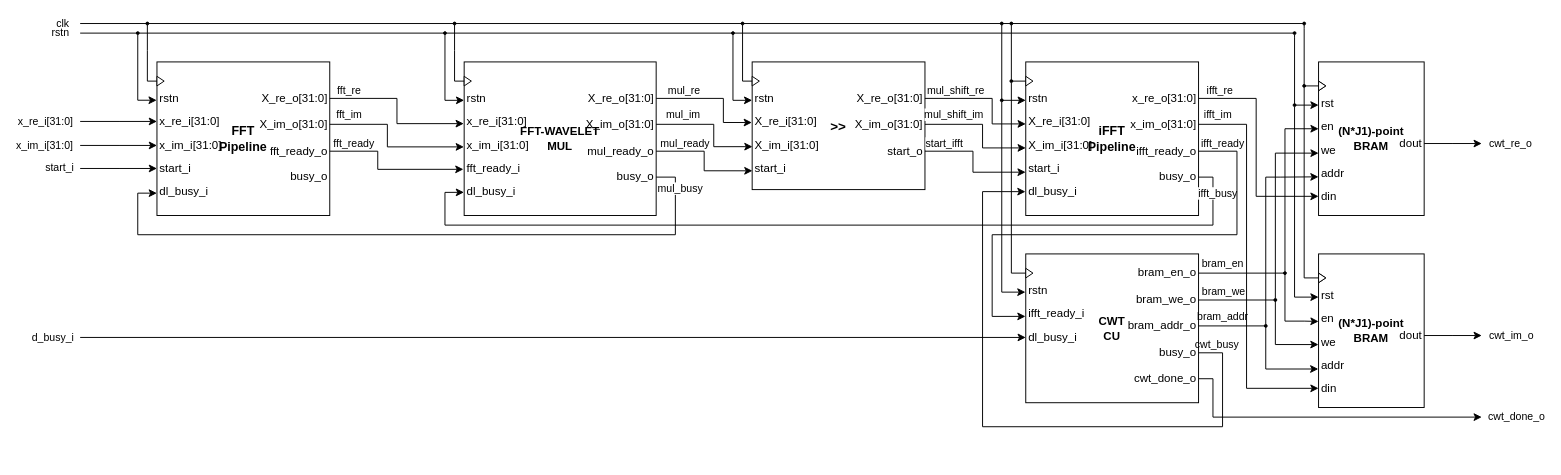
The draw.io diagram 01_doc/03_drawings/01_design/cwt/cwt.drawio in Diogofernandes5/mthesis, before the edit. Source tidied: cells renumbered, new cells numbered last; positions are measured from the earlier drawing's top-left corner, leaving out a move shared by most shapes. Both pictures are drawn from the tidied source at 96%, with x=0, y=0 at pixel (80, 23).
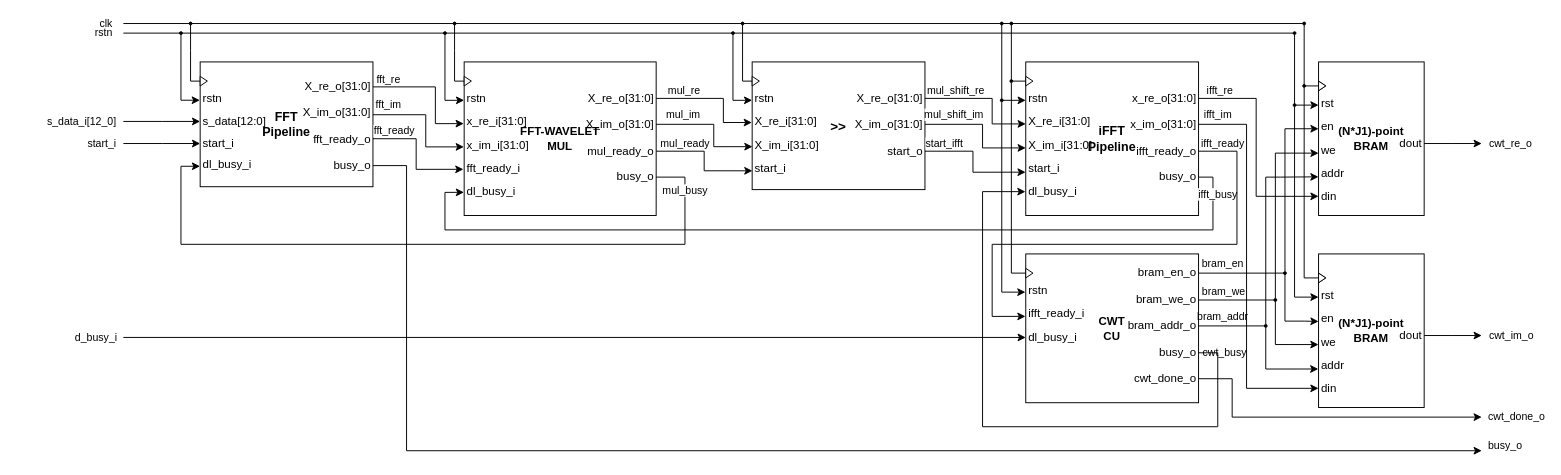
The same diagram, later.

The change refers to these unchanged cells:
```xml
<mxCell id="23" value="dl_busy_i" style="text;html=1;align=left;verticalAlign=middle;points=[];strokeColor=none;fillColor=none;fontFamily=NewsGotT;fontSize=12;fontColor=default;spacing=0;spacingLeft=3;spacingRight=-10;spacingBottom=-2;spacingTop=-2;" parent="1" vertex="1">
  <mxGeometry x="985" y="165" width="50" height="20" as="geometry" />
</mxCell>
<mxCell id="27" value="ifft_ready_o" style="text;html=1;align=right;verticalAlign=middle;points=[];strokeColor=none;fillColor=none;fontFamily=NewsGotT;fontSize=12;fontColor=default;spacing=0;spacingRight=3;spacingLeft=-9;spacingBottom=-2;spacingTop=-2;" parent="1" vertex="1">
  <mxGeometry x="1105" y="123" width="60" height="20" as="geometry" />
</mxCell>
<mxCell id="28" value="busy_o" style="text;html=1;align=right;verticalAlign=middle;points=[];strokeColor=none;fillColor=none;fontFamily=NewsGotT;fontSize=12;fontColor=default;spacing=0;spacingRight=3;spacingLeft=-9;spacingBottom=-2;spacingTop=-2;" parent="1" vertex="1">
  <mxGeometry x="1125" y="150" width="40" height="20" as="geometry" />
</mxCell>
<mxCell id="31" value="x_re_i[31:0]" style="text;html=1;align=left;verticalAlign=middle;points=[];strokeColor=none;fillColor=none;spacing=0;fontFamily=NewsGotT;spacingLeft=3;spacingRight=-10;spacingBottom=-2;spacingTop=-2;" parent="1" vertex="1">
  <mxGeometry x="400" y="92" width="60" height="20" as="geometry" />
</mxCell>
<mxCell id="32" value="x_im_i[31:0]" style="text;html=1;align=left;verticalAlign=middle;points=[];strokeColor=none;fillColor=none;spacing=0;fontFamily=NewsGotT;spacingLeft=3;spacingRight=-10;spacingBottom=-2;spacingTop=-2;" parent="1" vertex="1">
  <mxGeometry x="400" y="117" width="60" height="20" as="geometry" />
</mxCell>
<mxCell id="33" value="fft_ready_i" style="text;html=1;align=left;verticalAlign=middle;points=[];strokeColor=none;fillColor=none;fontFamily=NewsGotT;fontSize=12;fontColor=default;spacing=0;spacingLeft=3;spacingRight=-10;spacingBottom=-2;spacingTop=-2;" parent="1" vertex="1">
  <mxGeometry x="400" y="141" width="60" height="20" as="geometry" />
</mxCell>
<mxCell id="34" value="dl_busy_i" style="text;html=1;align=left;verticalAlign=middle;points=[];strokeColor=none;fillColor=none;fontFamily=NewsGotT;fontSize=12;fontColor=default;spacing=0;spacingLeft=3;spacingRight=-10;spacingBottom=-2;spacingTop=-2;" parent="1" vertex="1">
  <mxGeometry x="400" y="165" width="50" height="20" as="geometry" />
</mxCell>
<mxCell id="39" value="busy_o" style="text;html=1;align=right;verticalAlign=middle;points=[];strokeColor=none;fillColor=none;fontFamily=NewsGotT;fontSize=12;fontColor=default;spacing=0;spacingRight=3;spacingLeft=-9;spacingBottom=-2;spacingTop=-2;" parent="1" vertex="1">
  <mxGeometry x="560" y="150" width="40" height="20" as="geometry" />
</mxCell>
<mxCell id="80" value="ifft_ready_i" style="text;html=1;align=left;verticalAlign=middle;points=[];strokeColor=none;fillColor=none;spacing=0;fontFamily=NewsGotT;spacingLeft=3;spacingRight=-10;spacingBottom=-2;spacingTop=-2;" parent="1" vertex="1">
  <mxGeometry x="985" y="292" width="55" height="20" as="geometry" />
</mxCell>
<mxCell id="82" value="dl_busy_i" style="text;html=1;align=left;verticalAlign=middle;points=[];strokeColor=none;fillColor=none;spacing=0;fontFamily=NewsGotT;spacingLeft=3;spacingRight=-10;spacingBottom=-2;spacingTop=-2;" parent="1" vertex="1">
  <mxGeometry x="985" y="317" width="50" height="20" as="geometry" />
</mxCell>
<mxCell id="87" value="busy_o" style="text;html=1;align=right;verticalAlign=middle;points=[];strokeColor=none;fillColor=none;fontFamily=NewsGotT;fontSize=12;fontColor=default;spacing=0;spacingRight=3;spacingLeft=-9;spacingBottom=-2;spacingTop=-2;" parent="1" vertex="1">
  <mxGeometry x="1125" y="333" width="40" height="20" as="geometry" />
</mxCell>
<mxCell id="91" value="cwt_done_o" style="text;html=1;align=right;verticalAlign=middle;points=[];strokeColor=none;fillColor=none;fontFamily=NewsGotT;fontSize=12;fontColor=default;spacing=0;spacingRight=3;spacingLeft=-9;spacingBottom=-2;spacingTop=-2;" parent="1" vertex="1">
  <mxGeometry x="1105" y="360" width="60" height="20" as="geometry" />
</mxCell>
```

The edit, as a diff of the source:
```diff
@@
     <mxCell id="4" value="&lt;font style=&quot;font-size: 13px;&quot;&gt;&lt;b&gt;FFT &lt;br&gt;Pipeline&lt;/b&gt;&lt;/font&gt;" style="rounded=0;whiteSpace=wrap;html=1;fontFamily=NewsGotT;" parent="1" vertex="1">
-      <mxGeometry x="80" y="40" width="180" height="160" as="geometry" />
+      <mxGeometry x="125" y="40" width="180" height="130" as="geometry" />
     </mxCell>
     <mxCell id="5" value="rstn" style="text;html=1;align=left;verticalAlign=middle;points=[];strokeColor=none;fillColor=none;spacing=0;fontFamily=NewsGotT;spacingLeft=3;spacingRight=-10;spacingBottom=-2;spacingTop=-2;" parent="1" vertex="1">
-      <mxGeometry x="80" y="68" width="30" height="20" as="geometry" />
+      <mxGeometry x="125" y="68" width="30" height="20" as="geometry" />
     </mxCell>
-    <mxCell id="6" value="x_re_i[31:0]" style="edgeStyle=orthogonalEdgeStyle;rounded=0;jettySize=auto;html=1;endArrow=none;endFill=0;startArrow=classic;startFill=1;align=right;" parent="1" edge="1" source="7">
+    <mxCell id="6" value="s_data_i[12_0]" style="edgeStyle=orthogonalEdgeStyle;rounded=0;jettySize=auto;html=1;endArrow=none;endFill=0;startArrow=classic;startFill=1;align=right;fontFamily=NewsGotT;" parent="1" edge="1" source="7">
       <mxGeometry x="1" y="5" relative="1" as="geometry">
-        <mxPoint y="102" as="targetPoint" />
+        <mxPoint x="45" y="102" as="targetPoint" />
         <mxPoint x="-5" y="-5" as="offset" />
       </mxGeometry>
     </mxCell>
-    <mxCell id="7" value="x_re_i[31:0]" style="text;html=1;align=left;verticalAlign=middle;points=[];strokeColor=none;fillColor=none;spacing=0;fontFamily=NewsGotT;spacingLeft=3;spacingRight=-10;spacingBottom=-2;spacingTop=-2;" parent="1" vertex="1">
-      <mxGeometry x="80" y="92" width="60" height="20" as="geometry" />
+    <mxCell id="7" value="s_data[12:0]" style="text;html=1;align=left;verticalAlign=middle;points=[];strokeColor=none;fillColor=none;spacing=0;fontFamily=NewsGotT;spacingLeft=3;spacingRight=-10;spacingBottom=-2;spacingTop=-2;" parent="1" vertex="1">
+      <mxGeometry x="125" y="92" width="60" height="20" as="geometry" />
     </mxCell>
-    <mxCell id="8" value="&lt;div align=&quot;right&quot;&gt;x_im_i[31:0]&lt;/div&gt;" style="edgeStyle=orthogonalEdgeStyle;rounded=0;jettySize=auto;html=1;strokeColor=default;align=right;verticalAlign=middle;fontFamily=Helvetica;fontSize=11;fontColor=default;labelBackgroundColor=default;startArrow=classic;startFill=1;endArrow=none;endFill=0;" parent="1" edge="1" source="9">
-      <mxGeometry x="1" y="5" relative="1" as="geometry">
-        <mxPoint y="127" as="targetPoint" />
-        <mxPoint x="-5" y="-5" as="offset" />
-      </mxGeometry>
-    </mxCell>
-    <mxCell id="9" value="x_im_i[31:0]" style="text;html=1;align=left;verticalAlign=middle;points=[];strokeColor=none;fillColor=none;spacing=0;fontFamily=NewsGotT;spacingLeft=3;spacingRight=-10;spacingBottom=-2;spacingTop=-2;" parent="1" vertex="1">
-      <mxGeometry x="80" y="117" width="60" height="20" as="geometry" />
-    </mxCell>
-    <mxCell id="10" value="start_i" style="edgeStyle=orthogonalEdgeStyle;rounded=0;jettySize=auto;html=1;strokeColor=default;align=right;verticalAlign=middle;fontFamily=Helvetica;fontSize=11;fontColor=default;labelBackgroundColor=default;startArrow=classic;startFill=1;endArrow=none;endFill=0;" parent="1" edge="1" source="11">
-      <mxGeometry x="1" y="-5" relative="1" as="geometry">
-        <mxPoint y="151" as="targetPoint" />
-        <mxPoint x="-5" y="4" as="offset" />
+    <mxCell id="10" value="start_i" style="edgeStyle=orthogonalEdgeStyle;rounded=0;jettySize=auto;html=1;strokeColor=default;align=right;verticalAlign=middle;fontFamily=NewsGotT;fontSize=11;fontColor=default;labelBackgroundColor=default;startArrow=classic;startFill=1;endArrow=none;endFill=0;" parent="1" edge="1" source="11">
+      <mxGeometry x="1" y="5" relative="1" as="geometry">
+        <mxPoint x="45" y="125" as="targetPoint" />
+        <mxPoint x="-5" y="-5" as="offset" />
       </mxGeometry>
     </mxCell>
     <mxCell id="11" value="start_i" style="text;html=1;align=left;verticalAlign=middle;points=[];strokeColor=none;fillColor=none;fontFamily=NewsGotT;fontSize=12;fontColor=default;spacing=0;spacingLeft=3;spacingRight=-10;spacingBottom=-2;spacingTop=-2;" parent="1" vertex="1">
-      <mxGeometry x="80" y="141" width="40" height="20" as="geometry" />
+      <mxGeometry x="125" y="115" width="40" height="20" as="geometry" />
     </mxCell>
     <mxCell id="12" value="dl_busy_i" style="text;html=1;align=left;verticalAlign=middle;points=[];strokeColor=none;fillColor=none;fontFamily=NewsGotT;fontSize=12;fontColor=default;spacing=0;spacingLeft=3;spacingRight=-10;spacingBottom=-2;spacingTop=-2;" parent="1" vertex="1">
-      <mxGeometry x="80" y="165" width="50" height="20" as="geometry" />
+      <mxGeometry x="125" y="137" width="50" height="20" as="geometry" />
     </mxCell>
     <mxCell id="13" style="triangle;whiteSpace=wrap;html=1;fontFamily=NewsGotT;points=[[0,0.5,0,0,0]];" parent="1" vertex="1">
-      <mxGeometry x="80" y="55" width="7.5" height="10" as="geometry" />
+      <mxGeometry x="125" y="55" width="7.5" height="10" as="geometry" />
     </mxCell>
     <mxCell id="14" value="X_re_o[31:0]" style="text;html=1;align=right;verticalAlign=middle;points=[];strokeColor=none;fillColor=none;fontFamily=NewsGotT;fontSize=12;fontColor=default;spacing=0;spacingRight=3;spacingLeft=-9;spacingBottom=-2;spacingTop=-2;" parent="1" vertex="1">
-      <mxGeometry x="190" y="68" width="70" height="20" as="geometry" />
+      <mxGeometry x="235" y="56" width="70" height="20" as="geometry" />
     </mxCell>
     <mxCell id="15" value="X_im_o[31:0]" style="text;html=1;align=right;verticalAlign=middle;points=[];strokeColor=none;fillColor=none;fontFamily=NewsGotT;fontSize=12;fontColor=default;spacing=0;spacingRight=3;spacingLeft=-9;spacingBottom=-2;spacingTop=-2;" parent="1" vertex="1">
-      <mxGeometry x="190" y="95" width="70" height="20" as="geometry" />
+      <mxGeometry x="235" y="83" width="70" height="20" as="geometry" />
     </mxCell>
     <mxCell id="16" value="fft_ready_o" style="text;html=1;align=right;verticalAlign=middle;points=[];strokeColor=none;fillColor=none;fontFamily=NewsGotT;fontSize=12;fontColor=default;spacing=0;spacingRight=3;spacingLeft=-9;spacingBottom=-2;spacingTop=-2;" parent="1" vertex="1">
-      <mxGeometry x="200" y="123" width="60" height="20" as="geometry" />
+      <mxGeometry x="245" y="111" width="60" height="20" as="geometry" />
     </mxCell>
+    <mxCell id="117" value="busy_o" style="edgeStyle=orthogonalEdgeStyle;rounded=0;jettySize=auto;html=1;align=left;fontFamily=NewsGotT;" parent="1" edge="1" source="17">
+      <mxGeometry x="1" y="5" relative="1" as="geometry">
+        <mxPoint x="1460" y="445" as="targetPoint" />
+        <Array as="points">
+          <mxPoint x="340" y="148" />
+          <mxPoint x="340" y="445" />
+          <mxPoint x="1460" y="445" />
+        </Array>
+        <mxPoint x="5" as="offset" />
+      </mxGeometry>
+    </mxCell>
     <mxCell id="17" value="busy_o" style="text;html=1;align=right;verticalAlign=middle;points=[];strokeColor=none;fillColor=none;fontFamily=NewsGotT;fontSize=12;fontColor=default;spacing=0;spacingRight=3;spacingLeft=-9;spacingBottom=-2;spacingTop=-2;" parent="1" vertex="1">
-      <mxGeometry x="220" y="150" width="40" height="20" as="geometry" />
+      <mxGeometry x="265" y="138" width="40" height="20" as="geometry" />
     </mxCell>
@@
     <mxCell id="49" value="clk" style="endArrow=none;html=1;rounded=0;align=right;fontFamily=NewsGotT;" parent="1" edge="1">
       <mxGeometry x="-1" y="-10" relative="1" as="geometry">
-        <mxPoint as="sourcePoint" />
+        <mxPoint x="45" as="sourcePoint" />
         <mxPoint x="1275" as="targetPoint" />
         <mxPoint x="-10" y="-10" as="offset" />
       </mxGeometry>
     </mxCell>
     <mxCell id="50" value="rstn" style="endArrow=none;html=1;rounded=0;align=right;labelBackgroundColor=none;fontFamily=NewsGotT;" parent="1" edge="1">
       <mxGeometry x="-1" y="-10" relative="1" as="geometry">
-        <mxPoint y="10" as="sourcePoint" />
+        <mxPoint x="45" y="10" as="sourcePoint" />
         <mxPoint x="1265" y="10" as="targetPoint" />
         <mxPoint x="-10" y="-10" as="offset" />
       </mxGeometry>
     </mxCell>
     <mxCell id="51" style="endArrow=classic;html=1;rounded=0;entryX=-0.01;entryY=0.596;entryDx=0;entryDy=0;entryPerimeter=0;edgeStyle=orthogonalEdgeStyle;startArrow=oval;startFill=1;startSize=3;" parent="1" edge="1" target="5">
       <mxGeometry relative="1" as="geometry">
-        <mxPoint x="60" y="10" as="sourcePoint" />
+        <mxPoint x="105" y="10" as="sourcePoint" />
         <Array as="points">
-          <mxPoint x="60" y="10" />
-          <mxPoint x="60" y="80" />
+          <mxPoint x="105" y="10" />
+          <mxPoint x="105" y="80" />
         </Array>
       </mxGeometry>
     </mxCell>
     <mxCell id="52" style="endArrow=oval;html=1;rounded=0;edgeStyle=orthogonalEdgeStyle;exitX=0;exitY=0.5;exitDx=0;exitDy=0;exitPerimeter=0;endFill=1;endSize=3;" parent="1" edge="1" source="13">
       <mxGeometry relative="1" as="geometry">
-        <mxPoint x="70" as="targetPoint" />
+        <mxPoint x="115" as="targetPoint" />
       </mxGeometry>
     </mxCell>
     <mxCell id="53" value="mul_busy" style="edgeStyle=orthogonalEdgeStyle;rounded=0;jettySize=auto;html=1;entryX=-0.002;entryY=0.584;entryDx=0;entryDy=0;entryPerimeter=0;fontFamily=NewsGotT;" parent="1" edge="1" source="39" target="12">
-      <mxGeometry x="-0.91" y="5" relative="1" as="geometry">
+      <mxGeometry x="-0.88" relative="1" as="geometry">
         <Array as="points">
-          <mxPoint x="620" y="160" />
-          <mxPoint x="620" y="220" />
-          <mxPoint x="60" y="220" />
-          <mxPoint x="60" y="177" />
+          <mxPoint x="630" y="160" />
+          <mxPoint x="630" y="230" />
+          <mxPoint x="105" y="230" />
+          <mxPoint x="105" y="149" />
         </Array>
       </mxGeometry>
     </mxCell>
     <mxCell id="54" value="fft_re" style="edgeStyle=orthogonalEdgeStyle;rounded=0;jettySize=auto;html=1;entryX=-0.007;entryY=0.614;entryDx=0;entryDy=0;entryPerimeter=0;fontFamily=NewsGotT;" parent="1" edge="1" source="14" target="31">
-      <mxGeometry x="-0.76" y="8" relative="1" as="geometry" />
+      <mxGeometry x="-0.76" y="8" relative="1" as="geometry">
+        <Array as="points">
+          <mxPoint x="370" y="66" />
+          <mxPoint x="370" y="104" />
+        </Array>
+      </mxGeometry>
     </mxCell>
     <mxCell id="55" value="fft_im" style="edgeStyle=orthogonalEdgeStyle;rounded=0;jettySize=auto;html=1;entryX=-0.005;entryY=0.576;entryDx=0;entryDy=0;entryPerimeter=0;fontFamily=NewsGotT;" parent="1" edge="1" source="15" target="32">
       <mxGeometry x="-0.75" y="10" relative="1" as="geometry">
         <Array as="points">
-          <mxPoint x="320" y="105" />
-          <mxPoint x="320" y="129" />
+          <mxPoint x="360" y="95" />
+          <mxPoint x="360" y="129" />
         </Array>
       </mxGeometry>
     </mxCell>
-    <mxCell id="56" value="fft_ready" style="edgeStyle=orthogonalEdgeStyle;rounded=0;jettySize=auto;html=1;entryX=-0.013;entryY=0.544;entryDx=0;entryDy=0;entryPerimeter=0;fontFamily=NewsGotT;" parent="1" edge="1" source="16" target="33">
-      <mxGeometry x="-0.68" y="8" relative="1" as="geometry">
+    <mxCell id="56" value="fft_ready" style="edgeStyle=orthogonalEdgeStyle;rounded=0;jettySize=auto;html=1;entryX=-0.013;entryY=0.544;entryDx=0;entryDy=0;entryPerimeter=0;fontFamily=NewsGotT;align=center;" parent="1" edge="1" source="16" target="33">
+      <mxGeometry x="-0.65" y="8" relative="1" as="geometry">
         <Array as="points">
-          <mxPoint x="310" y="133" />
-          <mxPoint x="310" y="152" />
+          <mxPoint x="350" y="120" />
+          <mxPoint x="350" y="152" />
         </Array>
       </mxGeometry>
     </mxCell>
@@
     <mxCell id="77" value="ifft_busy" style="edgeStyle=orthogonalEdgeStyle;rounded=0;jettySize=auto;html=1;entryX=-0.004;entryY=0.543;entryDx=0;entryDy=0;entryPerimeter=0;fontFamily=NewsGotT;" parent="1" edge="1" source="28" target="34">
       <mxGeometry x="-0.93" y="5" relative="1" as="geometry">
         <Array as="points">
           <mxPoint x="1180" y="160" />
-          <mxPoint x="1180" y="210" />
-          <mxPoint x="380" y="210" />
+          <mxPoint x="1180" y="215" />
+          <mxPoint x="380" y="215" />
           <mxPoint x="380" y="176" />
         </Array>
       </mxGeometry>
     </mxCell>
@@
     <mxCell id="81" value="d_busy_i" style="edgeStyle=orthogonalEdgeStyle;rounded=0;jettySize=auto;html=1;fontFamily=NewsGotT;align=right;" parent="1" edge="1" target="82">
       <mxGeometry x="-1" y="-5" relative="1" as="geometry">
-        <mxPoint y="327" as="sourcePoint" />
+        <mxPoint x="45" y="327" as="sourcePoint" />
         <Array as="points">
-          <mxPoint y="327" />
+          <mxPoint x="45" y="327" />
         </Array>
         <mxPoint x="-5" y="-5" as="offset" />
       </mxGeometry>
     </mxCell>
@@
     <mxCell id="90" value="cwt_done_o" style="edgeStyle=orthogonalEdgeStyle;rounded=0;jettySize=auto;html=1;align=left;fontFamily=NewsGotT;" parent="1" edge="1" source="91">
       <mxGeometry x="1" y="5" relative="1" as="geometry">
         <mxPoint x="1460" y="410" as="targetPoint" />
         <Array as="points">
-          <mxPoint x="1180" y="370" />
-          <mxPoint x="1180" y="410" />
-          <mxPoint x="1460" y="410" />
+          <mxPoint x="1200" y="370" />
+          <mxPoint x="1200" y="410" />
         </Array>
         <mxPoint x="5" y="5" as="offset" />
       </mxGeometry>
     </mxCell>
@@
     <mxCell id="92" value="ifft_ready" style="edgeStyle=orthogonalEdgeStyle;rounded=0;jettySize=auto;html=1;entryX=-0.005;entryY=0.653;entryDx=0;entryDy=0;entryPerimeter=0;fontFamily=NewsGotT;" parent="1" edge="1" source="27" target="80">
       <mxGeometry x="-0.9" y="8" relative="1" as="geometry">
         <Array as="points">
           <mxPoint x="1205" y="133" />
-          <mxPoint x="1205" y="220" />
-          <mxPoint x="950" y="220" />
+          <mxPoint x="1205" y="230" />
+          <mxPoint x="950" y="230" />
           <mxPoint x="950" y="305" />
         </Array>
       </mxGeometry>
     </mxCell>
@@
     <mxCell id="113" value="&lt;font face=&quot;NewsGotT&quot;&gt;cwt_busy&lt;/font&gt;" style="edgeStyle=orthogonalEdgeStyle;rounded=0;jettySize=auto;html=1;entryX=-0.006;entryY=0.507;entryDx=0;entryDy=0;entryPerimeter=0;labelBackgroundColor=none;" parent="1" edge="1" source="87" target="23">
-      <mxGeometry x="-0.94" y="8" relative="1" as="geometry">
+      <mxGeometry x="-0.94" y="-8" relative="1" as="geometry">
         <Array as="points">
-          <mxPoint x="1190" y="343" />
-          <mxPoint x="1190" y="420" />
+          <mxPoint x="1185" y="343" />
+          <mxPoint x="1185" y="420" />
           <mxPoint x="940" y="420" />
           <mxPoint x="940" y="175" />
         </Array>
+        <mxPoint x="8" y="-8" as="offset" />
       </mxGeometry>
     </mxCell>
```
